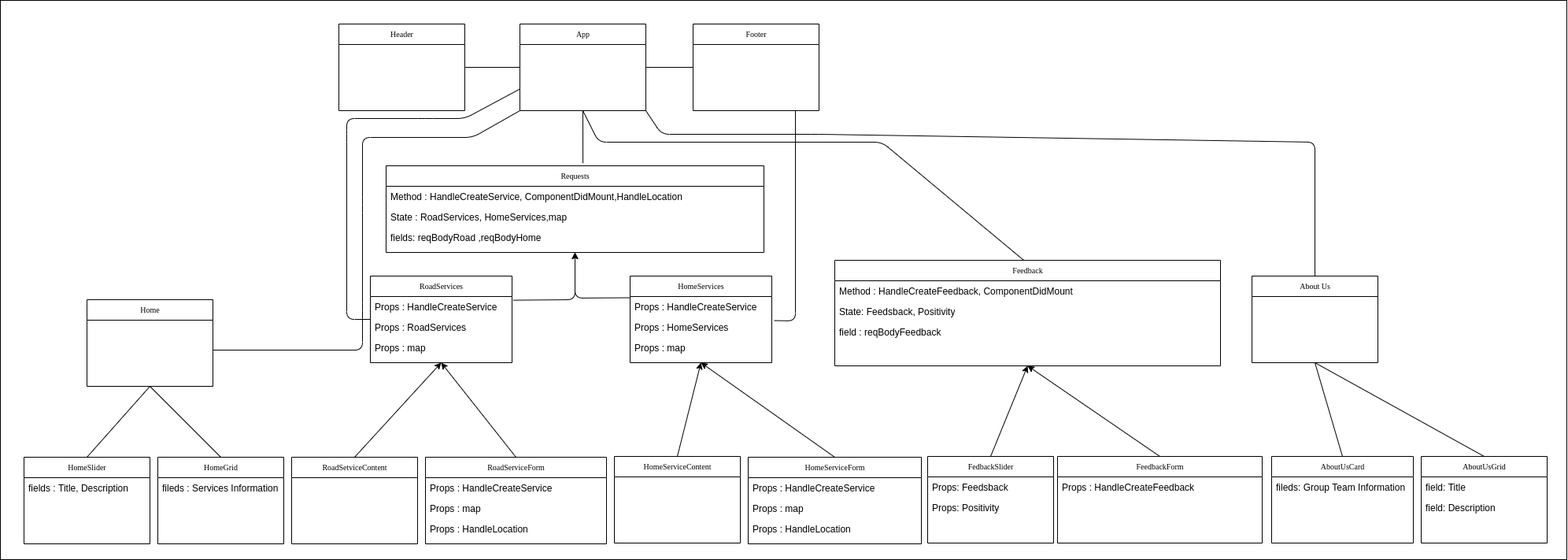
jehadabuawwad/SeAssis-FrontEnd keeps this draw.io diagram as src/media/images/DomainModeling.png. Above is the earlier version. Source tidied: cells renumbered, new cells last; positions are measured from the earlier drawing's top-left corner, leaving out a move shared by most shapes.
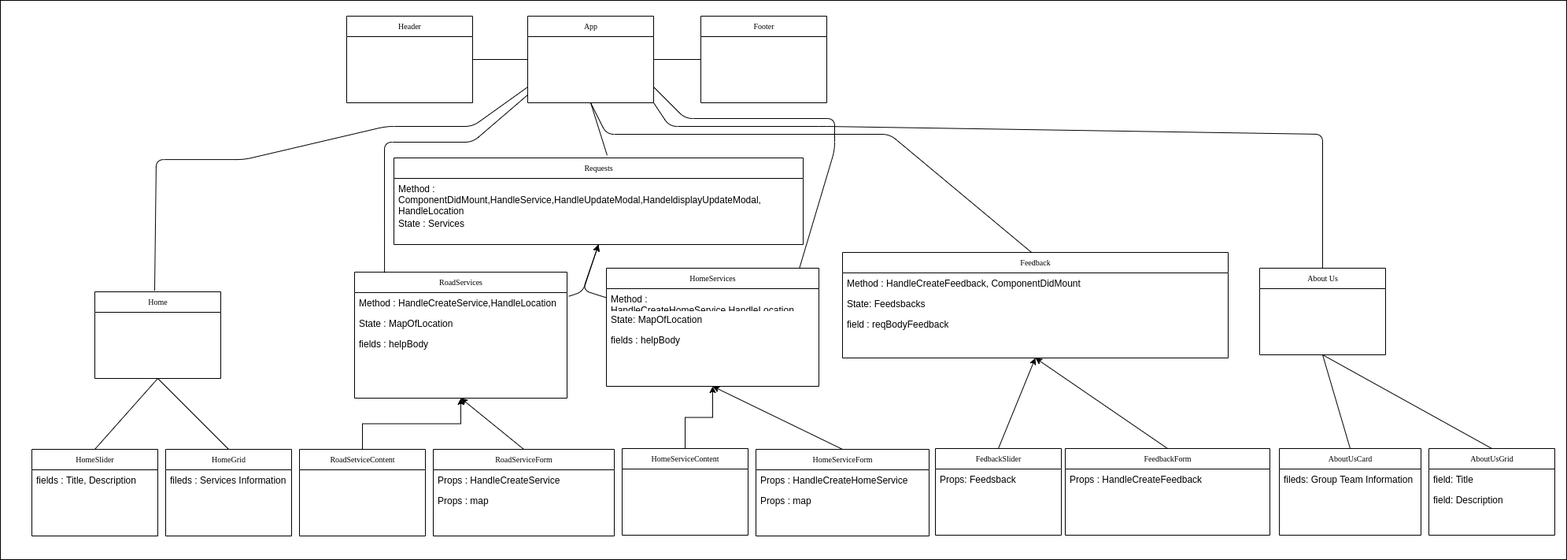
The same file after the commit.

Commit message:
The Domain Model with Wireframe Updated by Jehad

Change to the diagram source:
```diff
@@ -3,54 +3,51 @@
     <mxCell id="0" />
     <mxCell id="1" parent="0" />
     <mxCell id="2" style="rounded=0;whiteSpace=wrap;html=1;" parent="1" vertex="1">
-      <mxGeometry width="1990" height="710" as="geometry" />
+      <mxGeometry x="-10" y="10" width="1990" height="710" as="geometry" />
     </mxCell>
     <mxCell id="3" value="Home" style="swimlane;html=1;fontStyle=0;horizontal=1;startSize=26;fillColor=none;swimlaneFillColor=#ffffff;rounded=0;shadow=0;comic=0;labelBackgroundColor=none;strokeWidth=1;fontFamily=Verdana;fontSize=10;align=center;" parent="1" vertex="1">
       <mxGeometry x="110" y="380" width="160" height="110" as="geometry" />
     </mxCell>
     <mxCell id="4" value="Requests" style="swimlane;html=1;fontStyle=0;horizontal=1;startSize=26;fillColor=none;swimlaneFillColor=#ffffff;rounded=0;shadow=0;comic=0;labelBackgroundColor=none;strokeWidth=1;fontFamily=Verdana;fontSize=10;align=center;" parent="1" vertex="1">
-      <mxGeometry x="490" y="210" width="480" height="110" as="geometry" />
+      <mxGeometry x="490" y="210" width="520" height="110" as="geometry" />
     </mxCell>
-    <mxCell id="5" value="Method : HandleCreateService, ComponentDidMount,HandleLocation" style="text;html=1;strokeColor=none;fillColor=none;align=left;verticalAlign=top;spacingLeft=4;spacingRight=4;whiteSpace=wrap;overflow=hidden;" parent="4" vertex="1">
-      <mxGeometry y="26" width="480" height="26" as="geometry" />
+    <mxCell id="5" value="Method :&amp;nbsp; ComponentDidMount,HandleService,HandleUpdateModal,HandeldisplayUpdateModal,&lt;br&gt;HandleLocation" style="text;html=1;strokeColor=none;fillColor=none;align=left;verticalAlign=top;spacingLeft=4;spacingRight=4;whiteSpace=wrap;overflow=hidden;" parent="4" vertex="1">
+      <mxGeometry y="26" width="520" height="44" as="geometry" />
     </mxCell>
-    <mxCell id="6" value="State : RoadServices, HomeServices,map" style="text;html=1;strokeColor=none;fillColor=none;align=left;verticalAlign=top;spacingLeft=4;spacingRight=4;whiteSpace=wrap;overflow=hidden;" parent="4" vertex="1">
-      <mxGeometry y="52" width="480" height="26" as="geometry" />
+    <mxCell id="6" value="State : Services" style="text;html=1;strokeColor=none;fillColor=none;align=left;verticalAlign=top;spacingLeft=4;spacingRight=4;whiteSpace=wrap;overflow=hidden;" parent="4" vertex="1">
+      <mxGeometry y="70" width="520" height="26" as="geometry" />
     </mxCell>
-    <mxCell id="7" value="fields: reqBodyRoad ,reqBodyHome" style="text;html=1;strokeColor=none;fillColor=none;align=left;verticalAlign=top;spacingLeft=4;spacingRight=4;whiteSpace=wrap;overflow=hidden;" parent="4" vertex="1">
-      <mxGeometry y="78" width="480" height="26" as="geometry" />
-    </mxCell>
     <mxCell id="8" value="RoadServices" style="swimlane;html=1;fontStyle=0;horizontal=1;startSize=26;fillColor=none;swimlaneFillColor=#ffffff;rounded=0;shadow=0;comic=0;labelBackgroundColor=none;strokeWidth=1;fontFamily=Verdana;fontSize=10;align=center;" parent="1" vertex="1">
-      <mxGeometry x="470" y="350" width="180" height="110" as="geometry" />
+      <mxGeometry x="440" y="355" width="270" height="160" as="geometry" />
     </mxCell>
-    <mxCell id="9" value="Props : HandleCreateService" style="text;html=1;strokeColor=none;fillColor=none;align=left;verticalAlign=top;spacingLeft=4;spacingRight=4;whiteSpace=wrap;overflow=hidden;points=[[0,0.5],[1,0.5]];portConstraint=eastwest;" parent="8" vertex="1">
-      <mxGeometry y="26" width="180" height="26" as="geometry" />
+    <mxCell id="9" value="Method : HandleCreateService,HandleLocation" style="text;html=1;strokeColor=none;fillColor=none;align=left;verticalAlign=top;spacingLeft=4;spacingRight=4;whiteSpace=wrap;overflow=hidden;points=[[0,0.5],[1,0.5]];portConstraint=eastwest;" parent="8" vertex="1">
+      <mxGeometry y="26" width="270" height="26" as="geometry" />
     </mxCell>
-    <mxCell id="10" value="Props : RoadServices" style="text;html=1;strokeColor=none;fillColor=none;align=left;verticalAlign=top;spacingLeft=4;spacingRight=4;whiteSpace=wrap;overflow=hidden;" parent="8" vertex="1">
-      <mxGeometry y="52" width="180" height="26" as="geometry" />
-    </mxCell>
-    <mxCell id="11" value="Props : map" style="text;html=1;strokeColor=none;fillColor=none;align=left;verticalAlign=top;spacingLeft=4;spacingRight=4;whiteSpace=wrap;overflow=hidden;" parent="8" vertex="1">
-      <mxGeometry y="78" width="180" height="26" as="geometry" />
+    <mxCell id="11" value="State : MapOfLocation" style="text;html=1;strokeColor=none;fillColor=none;align=left;verticalAlign=top;spacingLeft=4;spacingRight=4;whiteSpace=wrap;overflow=hidden;" parent="8" vertex="1">
+      <mxGeometry y="52" width="270" height="26" as="geometry" />
     </mxCell>
+    <mxCell id="68" value="fields : helpBody" style="text;html=1;strokeColor=none;fillColor=none;align=left;verticalAlign=top;spacingLeft=4;spacingRight=4;whiteSpace=wrap;overflow=hidden;" parent="8" vertex="1">
+      <mxGeometry y="78" width="270" height="26" as="geometry" />
+    </mxCell>
     <mxCell id="12" value="HomeServices" style="swimlane;html=1;fontStyle=0;horizontal=1;startSize=26;fillColor=none;swimlaneFillColor=#ffffff;rounded=0;shadow=0;comic=0;labelBackgroundColor=none;strokeWidth=1;fontFamily=Verdana;fontSize=10;align=center;" parent="1" vertex="1">
-      <mxGeometry x="800" y="350" width="180" height="110" as="geometry" />
+      <mxGeometry x="760" y="350" width="270" height="150" as="geometry" />
     </mxCell>
-    <mxCell id="13" value="Props : HandleCreateService" style="text;html=1;strokeColor=none;fillColor=none;align=left;verticalAlign=top;spacingLeft=4;spacingRight=4;whiteSpace=wrap;overflow=hidden;" parent="12" vertex="1">
-      <mxGeometry y="26" width="180" height="26" as="geometry" />
+    <mxCell id="13" value="Method : HandleCreateHomeService,HandleLocation" style="text;html=1;strokeColor=none;fillColor=none;align=left;verticalAlign=top;spacingLeft=4;spacingRight=4;whiteSpace=wrap;overflow=hidden;" parent="12" vertex="1">
+      <mxGeometry y="26" width="270" height="26" as="geometry" />
     </mxCell>
-    <mxCell id="14" value="Props : HomeServices" style="text;html=1;strokeColor=none;fillColor=none;align=left;verticalAlign=top;spacingLeft=4;spacingRight=4;whiteSpace=wrap;overflow=hidden;points=[[0,0.5],[1,0.5]];portConstraint=eastwest;" parent="12" vertex="1">
-      <mxGeometry y="52" width="180" height="26" as="geometry" />
-    </mxCell>
-    <mxCell id="15" value="Props : map" style="text;html=1;strokeColor=none;fillColor=none;align=left;verticalAlign=top;spacingLeft=4;spacingRight=4;whiteSpace=wrap;overflow=hidden;" parent="12" vertex="1">
-      <mxGeometry y="78" width="180" height="26" as="geometry" />
+    <mxCell id="15" value="State: MapOfLocation" style="text;html=1;strokeColor=none;fillColor=none;align=left;verticalAlign=top;spacingLeft=4;spacingRight=4;whiteSpace=wrap;overflow=hidden;" parent="12" vertex="1">
+      <mxGeometry y="52" width="270" height="26" as="geometry" />
     </mxCell>
+    <mxCell id="69" value="fields : helpBody" style="text;html=1;strokeColor=none;fillColor=none;align=left;verticalAlign=top;spacingLeft=4;spacingRight=4;whiteSpace=wrap;overflow=hidden;" parent="12" vertex="1">
+      <mxGeometry y="78" width="270" height="26" as="geometry" />
+    </mxCell>
     <mxCell id="16" value="Feedback" style="swimlane;html=1;fontStyle=0;horizontal=1;startSize=26;fillColor=none;swimlaneFillColor=#ffffff;rounded=0;shadow=0;comic=0;labelBackgroundColor=none;strokeWidth=1;fontFamily=Verdana;fontSize=10;align=center;" parent="1" vertex="1">
       <mxGeometry x="1060" y="330" width="490" height="134" as="geometry" />
     </mxCell>
     <mxCell id="17" value="Method : HandleCreateFeedback, ComponentDidMount" style="text;html=1;strokeColor=none;fillColor=none;align=left;verticalAlign=top;spacingLeft=4;spacingRight=4;whiteSpace=wrap;overflow=hidden;" parent="16" vertex="1">
       <mxGeometry y="26" width="490" height="26" as="geometry" />
     </mxCell>
-    <mxCell id="18" value="State: Feedsback, Positivity" style="text;html=1;strokeColor=none;fillColor=none;align=left;verticalAlign=top;spacingLeft=4;spacingRight=4;whiteSpace=wrap;overflow=hidden;" parent="16" vertex="1">
+    <mxCell id="18" value="State: Feedsbacks" style="text;html=1;strokeColor=none;fillColor=none;align=left;verticalAlign=top;spacingLeft=4;spacingRight=4;whiteSpace=wrap;overflow=hidden;" parent="16" vertex="1">
       <mxGeometry y="52" width="490" height="26" as="geometry" />
     </mxCell>
     <mxCell id="19" value="field : reqBodyFeedback" style="text;html=1;strokeColor=none;fillColor=none;align=left;verticalAlign=top;spacingLeft=4;spacingRight=4;whiteSpace=wrap;overflow=hidden;" parent="16" vertex="1">
@@ -65,9 +62,15 @@
     <mxCell id="22" value="fields : Title, Description&amp;nbsp;" style="text;html=1;strokeColor=none;fillColor=none;align=left;verticalAlign=top;spacingLeft=4;spacingRight=4;whiteSpace=wrap;overflow=hidden;" parent="21" vertex="1">
       <mxGeometry y="26" width="160" height="26" as="geometry" />
     </mxCell>
+    <mxCell id="70" style="edgeStyle=orthogonalEdgeStyle;rounded=0;jettySize=auto;html=1;entryX=0.5;entryY=1;entryDx=0;entryDy=0;" parent="1" edge="1" source="23" target="8">
+      <mxGeometry relative="1" as="geometry" />
+    </mxCell>
     <mxCell id="23" value="RoadSetviceContent" style="swimlane;html=1;fontStyle=0;horizontal=1;startSize=26;fillColor=none;swimlaneFillColor=#ffffff;rounded=0;shadow=0;comic=0;labelBackgroundColor=none;strokeWidth=1;fontFamily=Verdana;fontSize=10;align=center;" parent="1" vertex="1">
       <mxGeometry x="370" y="580" width="160" height="110" as="geometry" />
     </mxCell>
+    <mxCell id="71" style="edgeStyle=orthogonalEdgeStyle;rounded=0;jettySize=auto;html=1;exitX=0.5;exitY=0;exitDx=0;exitDy=0;entryX=0.5;entryY=1;entryDx=0;entryDy=0;" parent="1" edge="1" source="24" target="12">
+      <mxGeometry relative="1" as="geometry" />
+    </mxCell>
     <mxCell id="24" value="HomeServiceContent" style="swimlane;html=1;fontStyle=0;horizontal=1;startSize=26;fillColor=none;swimlaneFillColor=#ffffff;rounded=0;shadow=0;comic=0;labelBackgroundColor=none;strokeWidth=1;fontFamily=Verdana;fontSize=10;align=center;" parent="1" vertex="1">
       <mxGeometry x="780" y="579" width="160" height="110" as="geometry" />
     </mxCell>
@@ -77,9 +80,6 @@
     <mxCell id="26" value="Props: Feedsback" style="text;html=1;strokeColor=none;fillColor=none;align=left;verticalAlign=top;spacingLeft=4;spacingRight=4;whiteSpace=wrap;overflow=hidden;" parent="25" vertex="1">
       <mxGeometry y="26" width="160" height="26" as="geometry" />
     </mxCell>
-    <mxCell id="27" value="Props: Positivity" style="text;html=1;strokeColor=none;fillColor=none;align=left;verticalAlign=top;spacingLeft=4;spacingRight=4;whiteSpace=wrap;overflow=hidden;" parent="25" vertex="1">
-      <mxGeometry y="52" width="160" height="26" as="geometry" />
-    </mxCell>
     <mxCell id="28" value="AboutUsCard" style="swimlane;html=1;fontStyle=0;horizontal=1;startSize=26;fillColor=none;swimlaneFillColor=#ffffff;rounded=0;shadow=0;comic=0;labelBackgroundColor=none;strokeWidth=1;fontFamily=Verdana;fontSize=10;align=center;" parent="1" vertex="1">
       <mxGeometry x="1615" y="579" width="180" height="110" as="geometry" />
     </mxCell>
@@ -101,21 +101,15 @@
     <mxCell id="34" value="Props : map" style="text;html=1;strokeColor=none;fillColor=none;align=left;verticalAlign=top;spacingLeft=4;spacingRight=4;whiteSpace=wrap;overflow=hidden;" parent="32" vertex="1">
       <mxGeometry y="52" width="230" height="26" as="geometry" />
     </mxCell>
-    <mxCell id="35" value="Props : HandleLocation" style="text;html=1;strokeColor=none;fillColor=none;align=left;verticalAlign=top;spacingLeft=4;spacingRight=4;whiteSpace=wrap;overflow=hidden;" parent="32" vertex="1">
-      <mxGeometry y="78" width="230" height="26" as="geometry" />
-    </mxCell>
     <mxCell id="36" value="HomeServiceForm" style="swimlane;html=1;fontStyle=0;horizontal=1;startSize=26;fillColor=none;swimlaneFillColor=#ffffff;rounded=0;shadow=0;comic=0;labelBackgroundColor=none;strokeWidth=1;fontFamily=Verdana;fontSize=10;align=center;" parent="1" vertex="1">
       <mxGeometry x="950" y="580" width="220" height="110" as="geometry" />
     </mxCell>
-    <mxCell id="37" value="Props : HandleCreateService" style="text;html=1;strokeColor=none;fillColor=none;align=left;verticalAlign=top;spacingLeft=4;spacingRight=4;whiteSpace=wrap;overflow=hidden;" parent="36" vertex="1">
+    <mxCell id="37" value="Props : HandleCreateHomeService" style="text;html=1;strokeColor=none;fillColor=none;align=left;verticalAlign=top;spacingLeft=4;spacingRight=4;whiteSpace=wrap;overflow=hidden;" parent="36" vertex="1">
       <mxGeometry y="26" width="220" height="26" as="geometry" />
     </mxCell>
     <mxCell id="38" value="Props : map" style="text;html=1;strokeColor=none;fillColor=none;align=left;verticalAlign=top;spacingLeft=4;spacingRight=4;whiteSpace=wrap;overflow=hidden;" parent="36" vertex="1">
       <mxGeometry y="52" width="220" height="26" as="geometry" />
     </mxCell>
-    <mxCell id="39" value="Props : HandleLocation" style="text;html=1;strokeColor=none;fillColor=none;align=left;verticalAlign=top;spacingLeft=4;spacingRight=4;whiteSpace=wrap;overflow=hidden;" parent="36" vertex="1">
-      <mxGeometry y="78" width="220" height="26" as="geometry" />
-    </mxCell>
     <mxCell id="40" value="FeedbackForm" style="swimlane;html=1;fontStyle=0;horizontal=1;startSize=26;fillColor=none;swimlaneFillColor=#ffffff;rounded=0;shadow=0;comic=0;labelBackgroundColor=none;strokeWidth=1;fontFamily=Verdana;fontSize=10;align=center;" parent="1" vertex="1">
       <mxGeometry x="1343" y="579" width="260" height="110" as="geometry" />
     </mxCell>
@@ -180,39 +174,6 @@
     <mxCell id="57" style="endArrow=none;html=1;exitX=0.521;exitY=-0.03;exitDx=0;exitDy=0;entryX=0.5;entryY=1;entryDx=0;entryDy=0;exitPerimeter=0;" parent="1" edge="1" source="4" target="20">
       <mxGeometry relative="1" as="geometry" />
     </mxCell>
-    <mxCell id="58" style="endArrow=none;html=1;entryX=0;entryY=1;entryDx=0;entryDy=0;" parent="1" edge="1" target="20">
-      <mxGeometry relative="1" as="geometry">
-        <mxPoint x="270" y="444" as="sourcePoint" />
-        <Array as="points">
-          <mxPoint x="460" y="444" />
-          <mxPoint x="460" y="394" />
-          <mxPoint x="460" y="260" />
-          <mxPoint x="460" y="174" />
-          <mxPoint x="600" y="174" />
-        </Array>
-      </mxGeometry>
-    </mxCell>
-    <mxCell id="59" style="endArrow=none;html=1;entryX=0;entryY=0.5;entryDx=0;entryDy=0;exitX=0;exitY=0.75;exitDx=0;exitDy=0;" parent="1" edge="1" source="20" target="8">
-      <mxGeometry relative="1" as="geometry">
-        <Array as="points">
-          <mxPoint x="590" y="150" />
-          <mxPoint x="540" y="150" />
-          <mxPoint x="440" y="150" />
-          <mxPoint x="440" y="170" />
-          <mxPoint x="440" y="405" />
-        </Array>
-      </mxGeometry>
-    </mxCell>
-    <mxCell id="60" style="endArrow=classic;html=1;exitX=0.5;exitY=0;exitDx=0;exitDy=0;" parent="1" edge="1" source="24">
-      <mxGeometry relative="1" as="geometry">
-        <mxPoint x="890" y="460" as="targetPoint" />
-      </mxGeometry>
-    </mxCell>
-    <mxCell id="61" style="endArrow=classic;html=1;exitX=0.5;exitY=0;exitDx=0;exitDy=0;" parent="1" edge="1" source="23">
-      <mxGeometry relative="1" as="geometry">
-        <mxPoint x="560" y="460" as="targetPoint" />
-      </mxGeometry>
-    </mxCell>
     <mxCell id="62" style="endArrow=classic;html=1;exitX=0.5;exitY=0;exitDx=0;exitDy=0;entryX=0.5;entryY=1;entryDx=0;entryDy=0;" parent="1" edge="1" source="40" target="16">
       <mxGeometry relative="1" as="geometry" />
     </mxCell>
@@ -228,14 +189,6 @@
         </Array>
       </mxGeometry>
     </mxCell>
-    <mxCell id="65" style="endArrow=none;html=1;exitX=1.018;exitY=0.174;exitDx=0;exitDy=0;exitPerimeter=0;" parent="1" edge="1" source="14">
-      <mxGeometry relative="1" as="geometry">
-        <mxPoint x="1010" y="140" as="targetPoint" />
-        <Array as="points">
-          <mxPoint x="1010" y="407" />
-        </Array>
-      </mxGeometry>
-    </mxCell>
     <mxCell id="66" style="endArrow=none;html=1;entryX=0;entryY=0.5;entryDx=0;entryDy=0;exitX=1;exitY=0.5;exitDx=0;exitDy=0;" parent="1" edge="1" source="46" target="20">
       <mxGeometry relative="1" as="geometry" />
     </mxCell>
@@ -247,5 +200,35 @@
         </Array>
       </mxGeometry>
     </mxCell>
+    <mxCell id="72" style="endArrow=none;html=1;exitX=0.141;exitY=0.005;exitDx=0;exitDy=0;exitPerimeter=0;" parent="1" edge="1" source="8">
+      <mxGeometry relative="1" as="geometry">
+        <mxPoint x="660" y="130" as="targetPoint" />
+        <Array as="points">
+          <mxPoint x="478" y="190" />
+          <mxPoint x="590" y="190" />
+        </Array>
+      </mxGeometry>
+    </mxCell>
+    <mxCell id="73" style="endArrow=none;html=1;exitX=0.475;exitY=-0.012;exitDx=0;exitDy=0;exitPerimeter=0;" parent="1" edge="1" source="3">
+      <mxGeometry relative="1" as="geometry">
+        <mxPoint x="660" y="120" as="targetPoint" />
+        <Array as="points">
+          <mxPoint x="188" y="212.1" />
+          <mxPoint x="300" y="212.1" />
+          <mxPoint x="480" y="170" />
+          <mxPoint x="590" y="170" />
+        </Array>
+      </mxGeometry>
+    </mxCell>
+    <mxCell id="74" style="endArrow=none;html=1;exitX=0.909;exitY=-0.004;exitDx=0;exitDy=0;exitPerimeter=0;" parent="1" edge="1" source="12">
+      <mxGeometry relative="1" as="geometry">
+        <mxPoint x="820" y="120" as="targetPoint" />
+        <Array as="points">
+          <mxPoint x="1050" y="200" />
+          <mxPoint x="1050" y="160" />
+          <mxPoint x="860" y="160" />
+        </Array>
+      </mxGeometry>
+    </mxCell>
   </root>
 </mxGraphModel>
```
